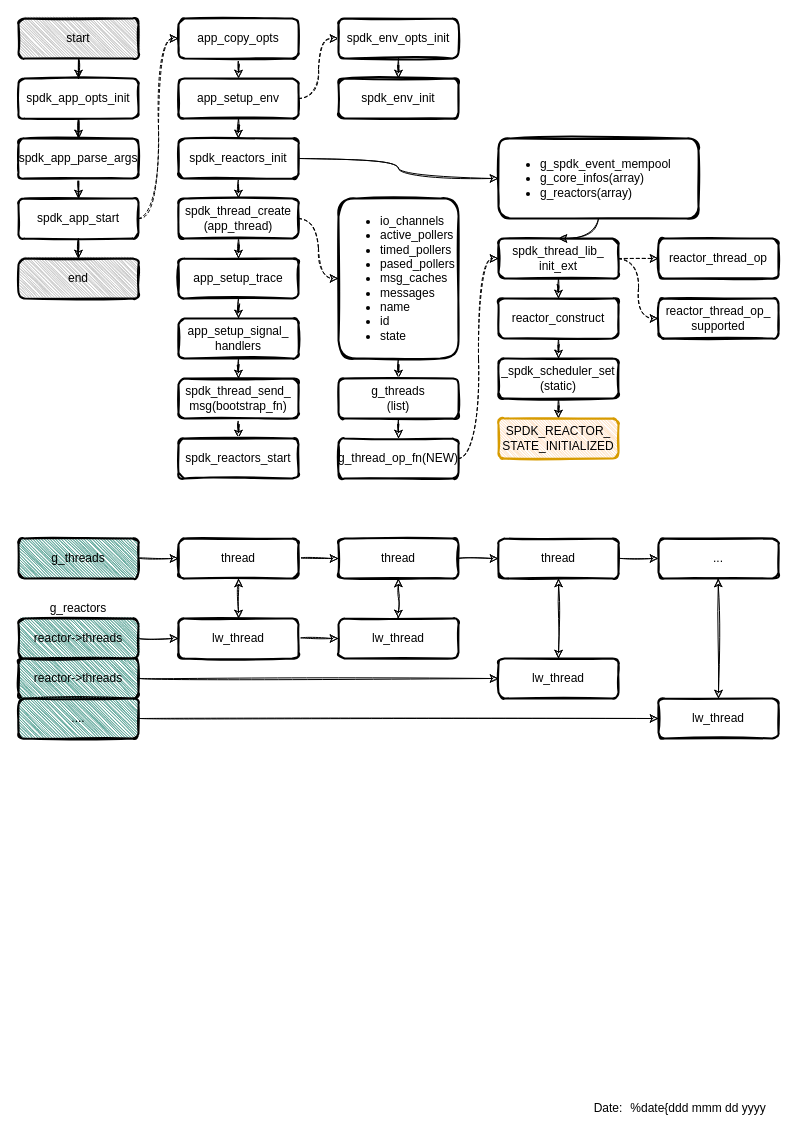
Above: page "spdk_app" (1 of 5) of spdk/spdk.drawio in EarthWind/deeparch (draw.io), before the change. Source tidied: cells renumbered, new cells numbered last; positions are measured from the earlier drawing's top-left corner, leaving out a move shared by most shapes. Both pictures are drawn from the tidied source at 100%, with x=0, y=0 at pixel (18, 18).
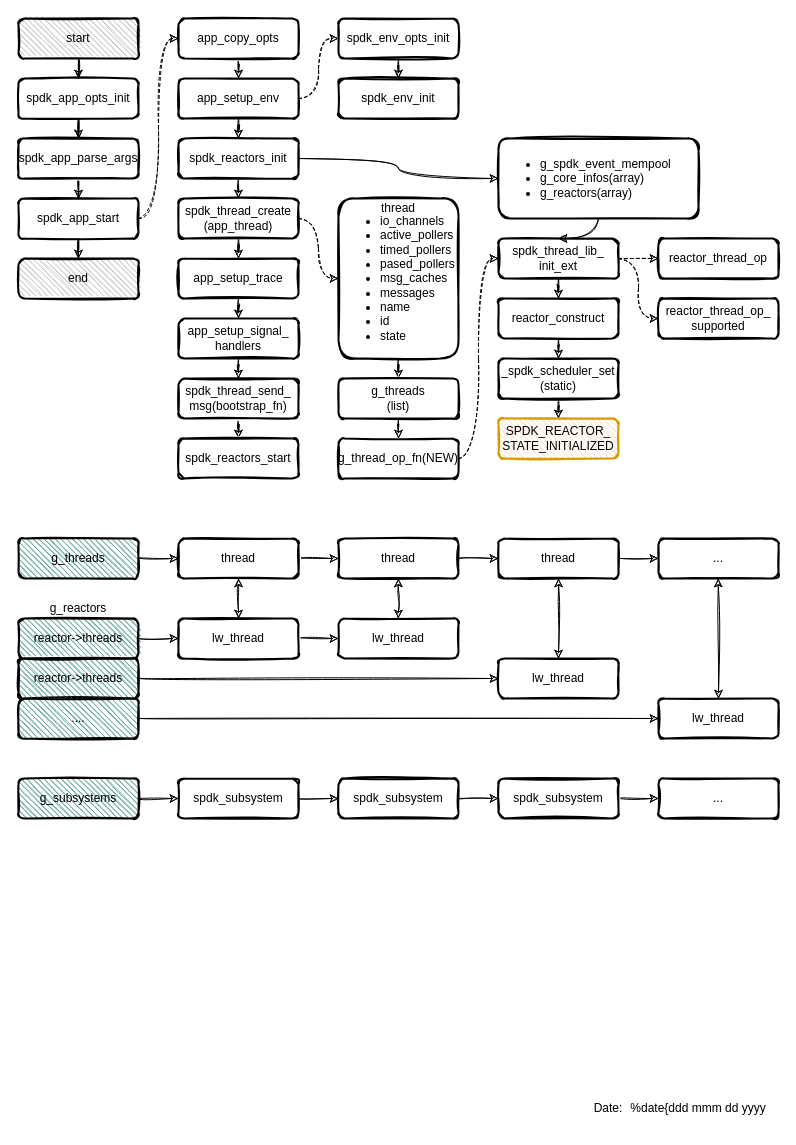
After the change.

Diff of the diagram source:
```diff
@@
-    <mxCell id="11" value="start" style="rounded=1;whiteSpace=wrap;html=1;strokeWidth=2;fillWeight=1;hachureGap=2;hachureAngle=45;sketch=1;fillColor=#CCCCCC;jiggle=1;" parent="1" vertex="1">
+    <mxCell id="11" value="start" style="rounded=1;whiteSpace=wrap;html=1;strokeWidth=2;fillWeight=1;hachureGap=4;hachureAngle=45;sketch=1;fillColor=#CCCCCC;jiggle=1;" parent="1" vertex="1">
       <mxGeometry width="120" height="40" as="geometry" />
     </mxCell>
-    <mxCell id="12" value="end" style="rounded=1;whiteSpace=wrap;html=1;strokeWidth=2;fillWeight=1;hachureGap=2;hachureAngle=45;sketch=1;fillColor=#CCCCCC;" parent="1" vertex="1">
+    <mxCell id="12" value="end" style="rounded=1;whiteSpace=wrap;html=1;strokeWidth=2;fillWeight=1;hachureGap=4;hachureAngle=45;sketch=1;fillColor=#CCCCCC;" parent="1" vertex="1">
       <mxGeometry y="240" width="120" height="40" as="geometry" />
     </mxCell>
@@
-    <mxCell id="52" value="SPDK_REACTOR_&lt;br&gt;STATE_INITIALIZED" style="rounded=1;whiteSpace=wrap;html=1;strokeWidth=2;fillWeight=1;hachureGap=2;hachureAngle=45;sketch=1;fillColor=#ffe6cc;strokeColor=#d79b00;" parent="1" vertex="1">
+    <mxCell id="52" value="SPDK_REACTOR_&lt;br&gt;STATE_INITIALIZED" style="rounded=1;whiteSpace=wrap;html=1;strokeWidth=2;fillWeight=1;hachureGap=4;hachureAngle=45;sketch=1;fillColor=#ffe6cc;strokeColor=#d79b00;" parent="1" vertex="1">
       <mxGeometry x="480" y="400" width="120" height="40" as="geometry" />
     </mxCell>
@@
-    <mxCell id="57" value="g_threads" style="rounded=1;whiteSpace=wrap;html=1;strokeWidth=2;fillWeight=1;hachureGap=2;hachureAngle=45;sketch=1;fillColor=#67AB9F;" parent="1" vertex="1">
+    <mxCell id="57" value="g_threads" style="rounded=1;whiteSpace=wrap;html=1;strokeWidth=2;fillWeight=1;hachureGap=4;hachureAngle=45;sketch=1;fillColor=#67AB9F;" parent="1" vertex="1">
       <mxGeometry y="520" width="120" height="40" as="geometry" />
     </mxCell>
@@
-    <mxCell id="67" value="reactor-&amp;gt;threads" style="rounded=1;whiteSpace=wrap;html=1;strokeWidth=2;fillWeight=1;hachureGap=2;hachureAngle=45;sketch=1;fillColor=#67AB9F;" parent="1" vertex="1">
+    <mxCell id="67" value="reactor-&amp;gt;threads" style="rounded=1;whiteSpace=wrap;html=1;strokeWidth=2;fillWeight=1;hachureGap=4;hachureAngle=45;sketch=1;fillColor=#67AB9F;" parent="1" vertex="1">
       <mxGeometry y="600" width="120" height="40" as="geometry" />
     </mxCell>
@@
-    <mxCell id="70" value="reactor-&amp;gt;threads" style="rounded=1;whiteSpace=wrap;html=1;strokeWidth=2;fillWeight=1;hachureGap=2;hachureAngle=45;sketch=1;fillColor=#67AB9F;" parent="1" vertex="1">
+    <mxCell id="70" value="reactor-&amp;gt;threads" style="rounded=1;whiteSpace=wrap;html=1;strokeWidth=2;fillWeight=1;hachureGap=4;hachureAngle=45;sketch=1;fillColor=#67AB9F;" parent="1" vertex="1">
       <mxGeometry y="640" width="120" height="40" as="geometry" />
     </mxCell>
@@
-    <mxCell id="72" value="...." style="rounded=1;whiteSpace=wrap;html=1;strokeWidth=2;fillWeight=1;hachureGap=2;hachureAngle=45;sketch=1;fillColor=#67AB9F;" parent="1" vertex="1">
+    <mxCell id="72" value="...." style="rounded=1;whiteSpace=wrap;html=1;strokeWidth=2;fillWeight=1;hachureGap=4;hachureAngle=45;sketch=1;fillColor=#67AB9F;" parent="1" vertex="1">
       <mxGeometry y="680" width="120" height="40" as="geometry" />
     </mxCell>
@@
+    <mxCell id="81" value="thread" style="text;html=1;strokeColor=none;fillColor=none;align=center;verticalAlign=middle;whiteSpace=wrap;overflow=hidden;fillWeight=1;hachureGap=2;fontSize=12;fontColor=#000000;" parent="1" vertex="1">
+      <mxGeometry x="340" y="180" width="80" height="20" as="geometry" />
+    </mxCell>
+    <mxCell id="82" style="edgeStyle=orthogonalEdgeStyle;curved=1;rounded=0;sketch=1;jettySize=auto;html=1;fontSize=12;fontColor=#000000;" parent="1" edge="1" source="83" target="85">
+      <mxGeometry relative="1" as="geometry" />
+    </mxCell>
+    <mxCell id="83" value="g_subsystems" style="rounded=1;whiteSpace=wrap;html=1;strokeWidth=2;fillWeight=1;hachureGap=4;hachureAngle=45;sketch=1;fillColor=#67AB9F;" parent="1" vertex="1">
+      <mxGeometry y="760" width="120" height="40" as="geometry" />
+    </mxCell>
+    <mxCell id="84" style="edgeStyle=orthogonalEdgeStyle;curved=1;rounded=0;sketch=1;jettySize=auto;html=1;fontSize=12;fontColor=#000000;" parent="1" edge="1" source="85" target="87">
+      <mxGeometry relative="1" as="geometry" />
+    </mxCell>
+    <mxCell id="85" value="spdk_subsystem" style="rounded=1;whiteSpace=wrap;html=1;strokeWidth=2;fillWeight=4;hachureGap=8;hachureAngle=45;sketch=1;fillColor=#FFFFFF;" parent="1" vertex="1">
+      <mxGeometry x="160" y="760" width="120" height="40" as="geometry" />
+    </mxCell>
+    <mxCell id="86" style="edgeStyle=orthogonalEdgeStyle;curved=1;rounded=0;sketch=1;jettySize=auto;html=1;fontSize=12;fontColor=#000000;" parent="1" edge="1" source="87" target="89">
+      <mxGeometry relative="1" as="geometry" />
+    </mxCell>
+    <mxCell id="87" value="spdk_subsystem" style="rounded=1;whiteSpace=wrap;html=1;strokeWidth=2;fillWeight=4;hachureGap=8;hachureAngle=45;sketch=1;fillColor=#FFFFFF;" parent="1" vertex="1">
+      <mxGeometry x="320" y="760" width="120" height="40" as="geometry" />
+    </mxCell>
+    <mxCell id="88" style="edgeStyle=orthogonalEdgeStyle;curved=1;rounded=0;sketch=1;jettySize=auto;html=1;fontSize=12;fontColor=#000000;" parent="1" edge="1" source="89" target="90">
+      <mxGeometry relative="1" as="geometry" />
+    </mxCell>
+    <mxCell id="89" value="spdk_subsystem" style="rounded=1;whiteSpace=wrap;html=1;strokeWidth=2;fillWeight=4;hachureGap=8;hachureAngle=45;sketch=1;fillColor=#FFFFFF;" parent="1" vertex="1">
+      <mxGeometry x="480" y="760" width="120" height="40" as="geometry" />
+    </mxCell>
+    <mxCell id="90" value="..." style="rounded=1;whiteSpace=wrap;html=1;strokeWidth=2;fillWeight=4;hachureGap=8;hachureAngle=45;sketch=1;fillColor=#FFFFFF;" parent="1" vertex="1">
+      <mxGeometry x="640" y="760" width="120" height="40" as="geometry" />
+    </mxCell>
```
